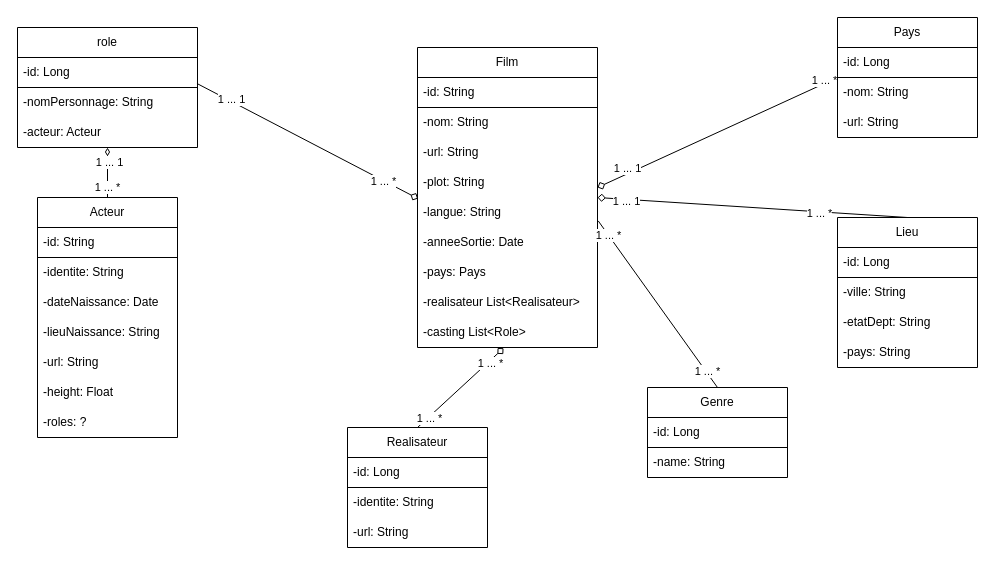
Before: conception/model.drawio in S-keyp/dbfilm, a draw.io diagram. Source tidied: cells renumbered, new cells numbered last; positions are measured from the earlier drawing's top-left corner, leaving out a move shared by most shapes. Both pictures are drawn from the tidied source at 100%, with x=0, y=0 at pixel (17, 17).
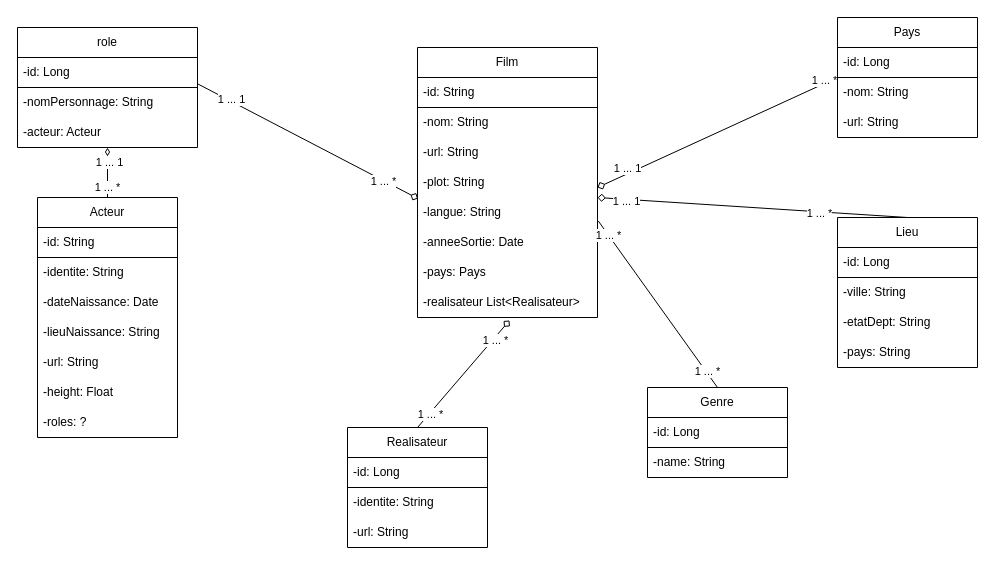
Above is the later version.

The change refers to these unchanged cells:
```xml
<mxCell id="13" value="-realisateur List&amp;lt;Realisateur&amp;gt;" style="text;strokeColor=none;fillColor=none;align=left;verticalAlign=middle;spacingLeft=4;spacingRight=4;overflow=hidden;points=[[0,0.5],[1,0.5]];portConstraint=eastwest;whiteSpace=wrap;html=1;" parent="5" vertex="1">
  <mxGeometry y="240" width="180" height="30" as="geometry" />
</mxCell>
<mxCell id="19" value="Realisateur" style="swimlane;fontStyle=0;horizontal=1;startSize=30;whiteSpace=wrap;html=1;strokeColor=default;" parent="1" vertex="1">
  <mxGeometry x="330" y="410" width="140" height="120" as="geometry" />
</mxCell>
```

The edit, as a diff of the source:
```diff
@@
-    <mxCell id="2" style="edgeStyle=none;html=1;entryX=0.5;entryY=0;entryDx=0;entryDy=0;startArrow=diamond;startFill=0;endArrow=none;endFill=0;exitX=0.478;exitY=1.023;exitDx=0;exitDy=0;exitPerimeter=0;" parent="1" edge="1" source="14" target="19">
+    <mxCell id="2" style="edgeStyle=none;html=1;entryX=0.5;entryY=0;entryDx=0;entryDy=0;startArrow=diamond;startFill=0;endArrow=none;endFill=0;exitX=0.511;exitY=1.1;exitDx=0;exitDy=0;exitPerimeter=0;" parent="1" edge="1" source="13" target="19">
       <mxGeometry relative="1" as="geometry" />
     </mxCell>
@@
     <mxCell id="5" value="Film" style="swimlane;fontStyle=0;horizontal=1;startSize=30;whiteSpace=wrap;html=1;" parent="1" vertex="1">
-      <mxGeometry x="400" y="30" width="180" height="300" as="geometry" />
+      <mxGeometry x="400" y="30" width="180" height="270" as="geometry" />
     </mxCell>
@@
-    <mxCell id="14" value="-casting List&amp;lt;Role&amp;gt;" style="text;strokeColor=none;fillColor=none;align=left;verticalAlign=middle;spacingLeft=4;spacingRight=4;overflow=hidden;points=[[0,0.5],[1,0.5]];portConstraint=eastwest;whiteSpace=wrap;html=1;" parent="5" vertex="1">
-      <mxGeometry y="270" width="180" height="30" as="geometry" />
-    </mxCell>
```
